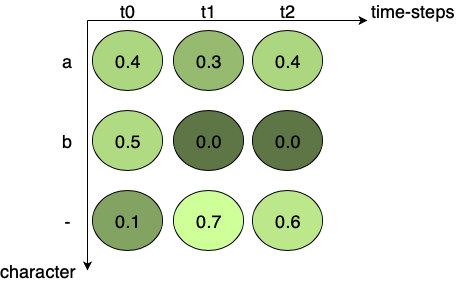
This is assets/images/CTC_3.png from Sid2697/Blog_Sid, a draw.io export, as it was before one commit. Source tidied: cells renumbered, new cells last; positions are measured from the earlier drawing's top-left corner, leaving out a move shared by most shapes.
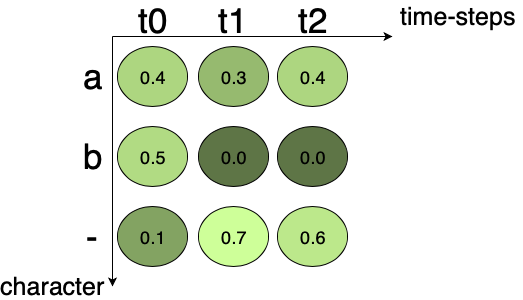
The same diagram one commit later.

What changed in the source:
```diff
@@ -41,28 +41,28 @@
         <mxPoint x="80" y="270" as="targetPoint" />
       </mxGeometry>
     </mxCell>
-    <mxCell id="13" value="&lt;font style=&quot;font-size: 18px&quot;&gt;t0&lt;/font&gt;" style="text;html=1;strokeColor=none;fillColor=none;align=center;verticalAlign=middle;whiteSpace=wrap;rounded=0;" parent="1" vertex="1">
-      <mxGeometry x="100" width="40" height="20" as="geometry" />
+    <mxCell id="13" value="&lt;font style=&quot;font-size: 35px&quot;&gt;t0&lt;/font&gt;" style="text;html=1;strokeColor=none;fillColor=none;align=center;verticalAlign=middle;whiteSpace=wrap;rounded=0;" parent="1" vertex="1">
+      <mxGeometry x="100" y="-6" width="40" height="20" as="geometry" />
     </mxCell>
-    <mxCell id="14" value="&lt;font style=&quot;font-size: 18px&quot;&gt;t1&lt;/font&gt;" style="text;html=1;strokeColor=none;fillColor=none;align=center;verticalAlign=middle;whiteSpace=wrap;rounded=0;" parent="1" vertex="1">
-      <mxGeometry x="181" width="40" height="20" as="geometry" />
+    <mxCell id="14" value="&lt;font style=&quot;font-size: 35px&quot;&gt;t1&lt;/font&gt;" style="text;html=1;strokeColor=none;fillColor=none;align=center;verticalAlign=middle;whiteSpace=wrap;rounded=0;" parent="1" vertex="1">
+      <mxGeometry x="180" y="-6" width="40" height="20" as="geometry" />
     </mxCell>
-    <mxCell id="15" value="&lt;font style=&quot;font-size: 18px&quot;&gt;t2&lt;/font&gt;" style="text;html=1;strokeColor=none;fillColor=none;align=center;verticalAlign=middle;whiteSpace=wrap;rounded=0;" parent="1" vertex="1">
-      <mxGeometry x="260" width="40" height="20" as="geometry" />
+    <mxCell id="15" value="&lt;font style=&quot;font-size: 35px&quot;&gt;t2&lt;/font&gt;" style="text;html=1;strokeColor=none;fillColor=none;align=center;verticalAlign=middle;whiteSpace=wrap;rounded=0;" parent="1" vertex="1">
+      <mxGeometry x="260" y="-6" width="40" height="20" as="geometry" />
     </mxCell>
-    <mxCell id="16" value="&lt;font style=&quot;font-size: 18px&quot;&gt;time-steps&lt;/font&gt;" style="text;html=1;strokeColor=none;fillColor=none;align=center;verticalAlign=middle;whiteSpace=wrap;rounded=0;" parent="1" vertex="1">
-      <mxGeometry x="360" width="90" height="20" as="geometry" />
+    <mxCell id="16" value="&lt;font style=&quot;font-size: 25px&quot;&gt;time-steps&lt;/font&gt;" style="text;html=1;strokeColor=none;fillColor=none;align=center;verticalAlign=middle;whiteSpace=wrap;rounded=0;" parent="1" vertex="1">
+      <mxGeometry x="360" y="-10" width="130" height="20" as="geometry" />
     </mxCell>
-    <mxCell id="17" value="&lt;font style=&quot;font-size: 18px&quot;&gt;character&lt;/font&gt;" style="text;html=1;strokeColor=none;fillColor=none;align=center;verticalAlign=middle;whiteSpace=wrap;rounded=0;" parent="1" vertex="1">
-      <mxGeometry y="260" width="60" height="20" as="geometry" />
+    <mxCell id="17" value="&lt;font style=&quot;font-size: 25px&quot;&gt;character&lt;/font&gt;" style="text;html=1;strokeColor=none;fillColor=none;align=center;verticalAlign=middle;whiteSpace=wrap;rounded=0;" parent="1" vertex="1">
+      <mxGeometry x="-10" y="260" width="60" height="20" as="geometry" />
     </mxCell>
-    <mxCell id="18" value="&lt;font style=&quot;font-size: 18px&quot;&gt;a&lt;/font&gt;" style="text;html=1;strokeColor=none;fillColor=none;align=center;verticalAlign=middle;whiteSpace=wrap;rounded=0;" parent="1" vertex="1">
+    <mxCell id="18" value="&lt;font style=&quot;font-size: 35px&quot;&gt;a&lt;/font&gt;" style="text;html=1;strokeColor=none;fillColor=none;align=center;verticalAlign=middle;whiteSpace=wrap;rounded=0;" parent="1" vertex="1">
       <mxGeometry x="40" y="50" width="40" height="20" as="geometry" />
     </mxCell>
-    <mxCell id="19" value="&lt;font style=&quot;font-size: 18px&quot;&gt;b&lt;/font&gt;" style="text;html=1;strokeColor=none;fillColor=none;align=center;verticalAlign=middle;whiteSpace=wrap;rounded=0;" parent="1" vertex="1">
+    <mxCell id="19" value="&lt;font style=&quot;font-size: 35px&quot;&gt;b&lt;/font&gt;" style="text;html=1;strokeColor=none;fillColor=none;align=center;verticalAlign=middle;whiteSpace=wrap;rounded=0;" parent="1" vertex="1">
       <mxGeometry x="40" y="130" width="40" height="20" as="geometry" />
     </mxCell>
-    <mxCell id="20" value="&lt;font style=&quot;font-size: 18px&quot;&gt;-&lt;/font&gt;" style="text;html=1;strokeColor=none;fillColor=none;align=center;verticalAlign=middle;whiteSpace=wrap;rounded=0;" parent="1" vertex="1">
+    <mxCell id="20" value="&lt;font style=&quot;font-size: 35px&quot;&gt;-&lt;/font&gt;" style="text;html=1;strokeColor=none;fillColor=none;align=center;verticalAlign=middle;whiteSpace=wrap;rounded=0;" parent="1" vertex="1">
       <mxGeometry x="40" y="210" width="40" height="20" as="geometry" />
     </mxCell>
     <mxCell id="21" value="&lt;font style=&quot;font-size: 18px&quot;&gt;0.4&lt;/font&gt;" style="text;html=1;strokeColor=none;fillColor=none;align=center;verticalAlign=middle;whiteSpace=wrap;rounded=0;" parent="1" vertex="1">
```
